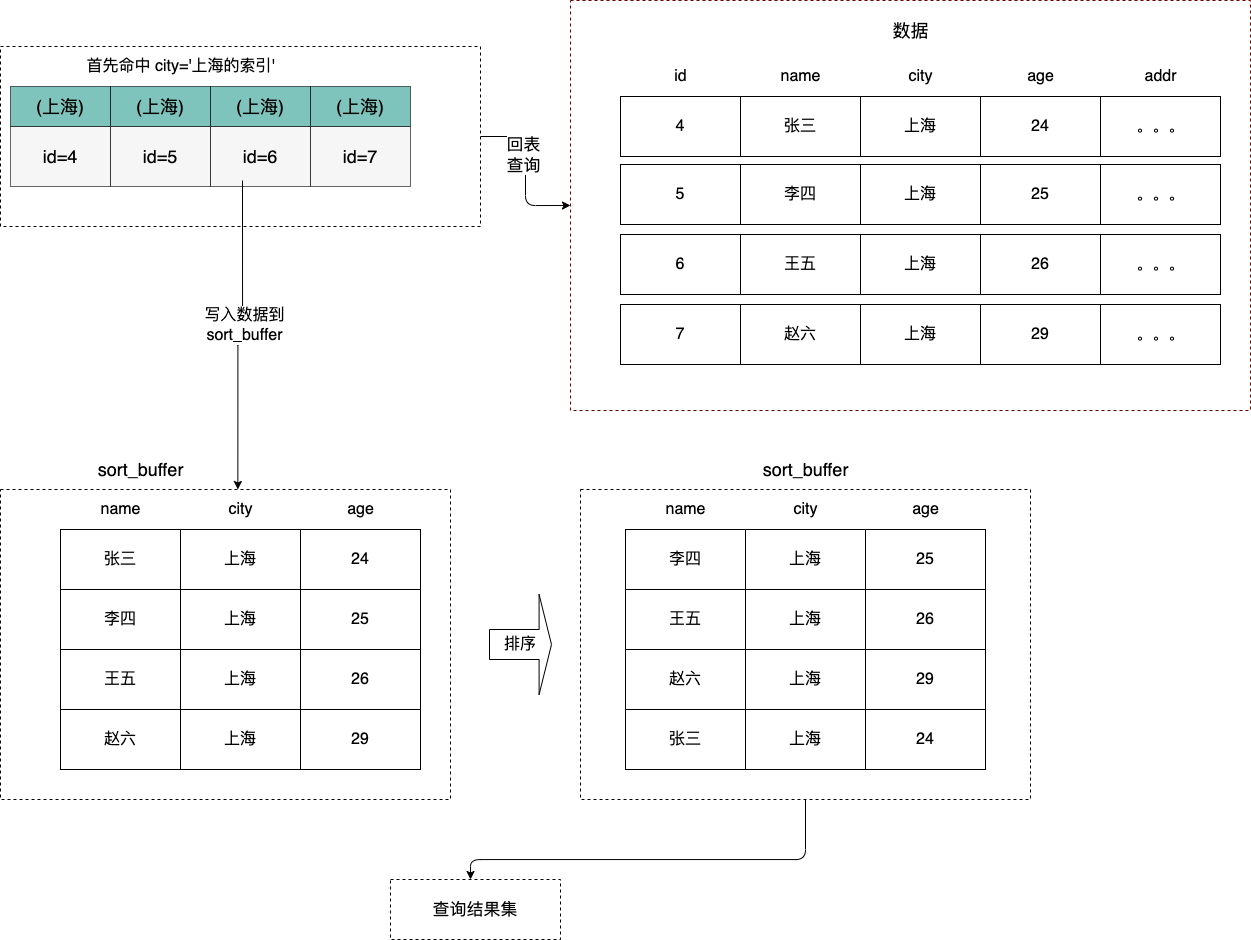
Before: img/mysql/mysql-order-by-all-date.png, a diagram exported from draw.io (boilingfrog/Go-POINT). Source tidied: cells renumbered, new cells last; positions are measured from the earlier drawing's top-left corner, leaving out a move shared by most shapes.
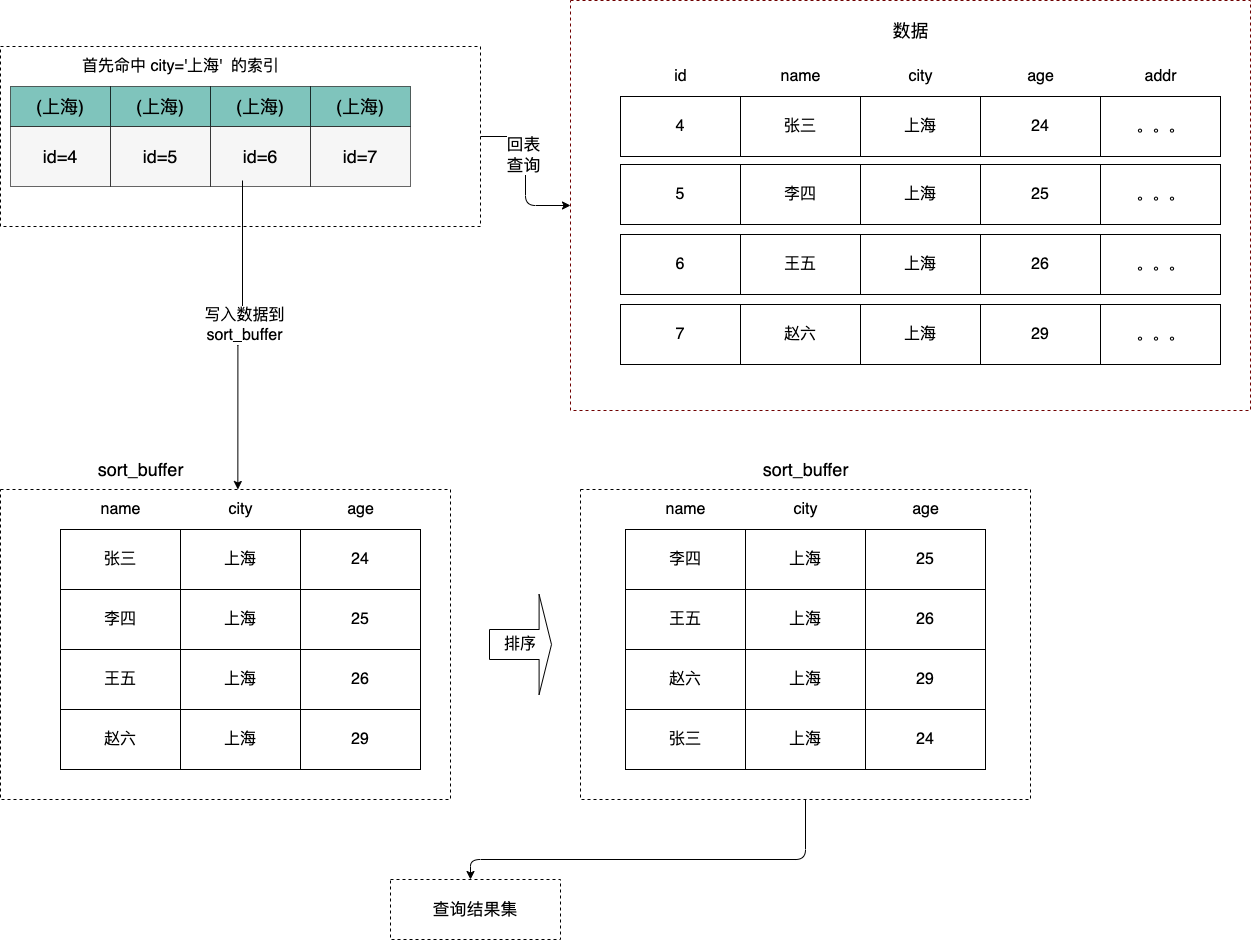
The same diagram one commit later.

Commit message:
feat:MySQL 中的索引

Change to the diagram source:
```diff
@@ -149,8 +149,8 @@
     <mxCell id="48" value="25" style="rounded=0;whiteSpace=wrap;html=1;fontSize=16;fillColor=none;" parent="1" vertex="1">
       <mxGeometry x="865" y="529" width="120" height="60" as="geometry" />
     </mxCell>
-    <mxCell id="49" value="首先命中 city='上海的索引'" style="text;html=1;align=center;verticalAlign=middle;strokeColor=none;fillColor=none;fontSize=16;" parent="1" vertex="1">
-      <mxGeometry x="80" y="56" width="200" height="20" as="geometry" />
+    <mxCell id="49" value="首先命中 city='上海'&amp;nbsp; 的索引" style="text;html=1;align=center;verticalAlign=middle;strokeColor=none;fillColor=none;fontSize=16;" parent="1" vertex="1">
+      <mxGeometry x="75" y="56" width="210" height="20" as="geometry" />
     </mxCell>
     <mxCell id="50" style="edgeStyle=orthogonalEdgeStyle;html=1;fontSize=16;entryX=0.523;entryY=0;entryDx=0;entryDy=0;entryPerimeter=0;" parent="1" edge="1">
       <mxGeometry relative="1" as="geometry">
```
